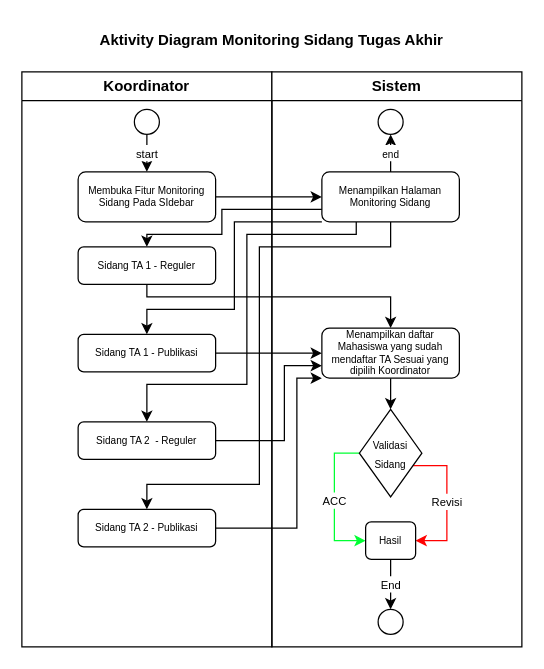
Earlier version of the draw.io diagram Website Bimbingan Online/Activity Diagram/monitoring sidang.drawio (BagusCPaste/draw.io). Source tidied: cells renumbered, new cells numbered last; positions are measured from the earlier drawing's top-left corner, leaving out a move shared by most shapes. Both pictures are drawn from the tidied source at 125%, with x=0, y=0 at pixel (21, 21).
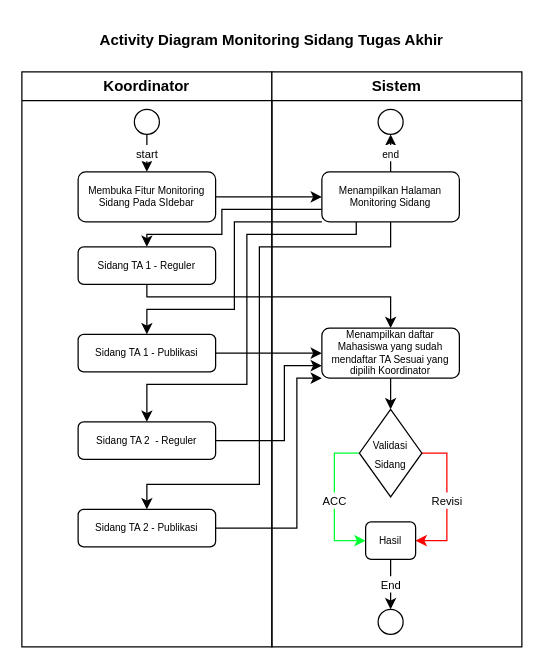
The same diagram, later.

The change refers to these unchanged cells:
```xml
<mxCell id="10" value="Sistem" style="swimlane;whiteSpace=wrap;html=1;" parent="1" vertex="1">
  <mxGeometry x="200" y="40" width="200" height="460" as="geometry" />
</mxCell>
<mxCell id="18" value="&lt;font style=&quot;font-size: 8px;&quot;&gt;Validasi Sidang&lt;/font&gt;" style="rhombus;whiteSpace=wrap;html=1;" parent="10" vertex="1">
  <mxGeometry x="70" y="270" width="50" height="70" as="geometry" />
</mxCell>
<mxCell id="20" value="Hasil" style="rounded=1;whiteSpace=wrap;html=1;fontSize=8;" parent="10" vertex="1">
  <mxGeometry x="75" y="360" width="40" height="30" as="geometry" />
</mxCell>
```

Change to the diagram source:
```diff
@@
     <mxCell id="16" value="&lt;font style=&quot;font-size: 9px;&quot;&gt;Revisi&lt;/font&gt;" style="edgeStyle=orthogonalEdgeStyle;rounded=0;jettySize=auto;html=1;entryX=1;entryY=0.5;entryDx=0;entryDy=0;strokeColor=#ff0000;" parent="10" edge="1" source="18" target="20">
       <mxGeometry relative="1" as="geometry">
         <Array as="points">
-          <mxPoint x="140" y="315" />
+          <mxPoint x="140" y="305" />
           <mxPoint x="140" y="375" />
         </Array>
       </mxGeometry>
     </mxCell>
@@
-    <mxCell id="22" value="&lt;b&gt;Aktivity Diagram Monitoring Sidang Tugas Akhir&lt;/b&gt;" style="text;html=1;align=center;verticalAlign=middle;whiteSpace=wrap;rounded=0;" parent="1" vertex="1">
+    <mxCell id="22" value="&lt;b&gt;Activity Diagram Monitoring Sidang Tugas Akhir&lt;/b&gt;" style="text;html=1;align=center;verticalAlign=middle;whiteSpace=wrap;rounded=0;" parent="1" vertex="1">
       <mxGeometry x="60" width="280" height="30" as="geometry" />
     </mxCell>
```
